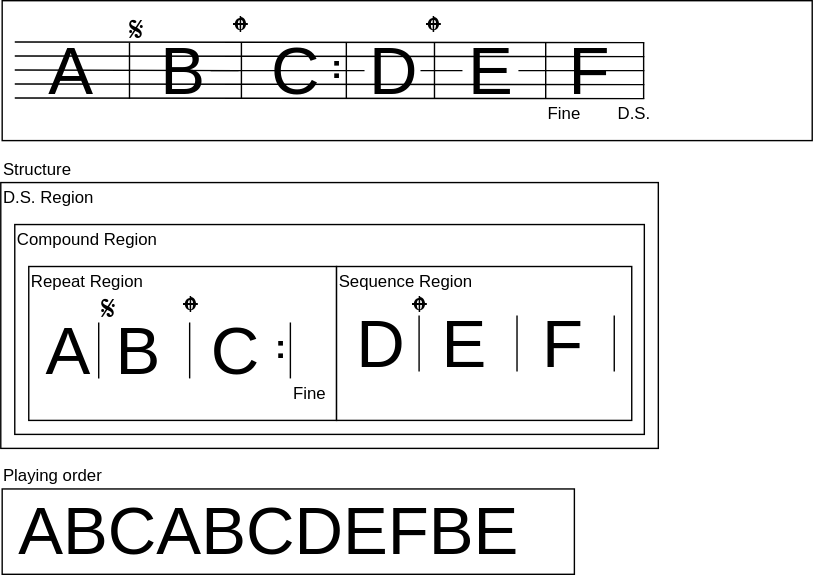
Before: docs/repeat/example09-01.drawio.svg, a diagram exported from draw.io (ruimo/klavier-core). Source tidied: cells renumbered, new cells last; positions are measured from the earlier drawing's top-left corner, leaving out a move shared by most shapes.
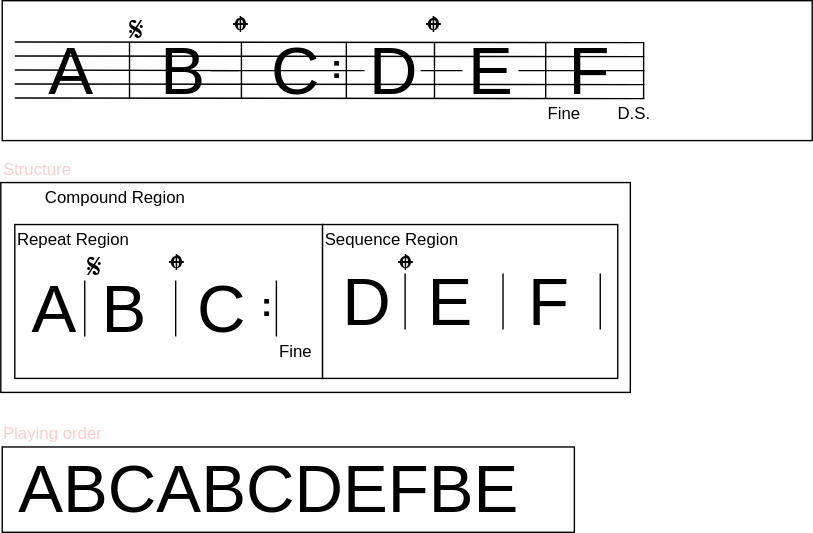
The same file after the commit.

What changed in the source:
```diff
@@ -5,9 +5,6 @@
     <mxCell id="2" style="rounded=0;whiteSpace=wrap;html=1;" parent="1" vertex="1">
       <mxGeometry x="1" width="579" height="100" as="geometry" />
     </mxCell>
-    <mxCell id="3" style="rounded=0;whiteSpace=wrap;html=1;" parent="1" vertex="1">
-      <mxGeometry y="130" width="470" height="190" as="geometry" />
-    </mxCell>
     <mxCell id="4" style="endArrow=none;html=1;" parent="1" edge="1">
       <mxGeometry relative="1" as="geometry">
         <mxPoint x="10" y="39.5" as="sourcePoint" />
@@ -43,9 +40,6 @@
     <mxCell id="10" value="&lt;font style=&quot;font-size: 48px&quot;&gt;B&lt;/font&gt;" style="text;html=1;strokeColor=none;fillColor=none;align=center;verticalAlign=middle;whiteSpace=wrap;rounded=0;" parent="1" vertex="1">
       <mxGeometry x="110" y="40" width="40" height="20" as="geometry" />
     </mxCell>
-    <mxCell id="11" value="D.S. Region" style="text;html=1;strokeColor=none;fillColor=none;align=left;verticalAlign=middle;whiteSpace=wrap;rounded=0;" parent="1" vertex="1">
-      <mxGeometry y="130" width="200" height="20" as="geometry" />
-    </mxCell>
     <mxCell id="12" value="&lt;font style=&quot;font-size: 48px&quot;&gt;C&lt;/font&gt;" style="text;html=1;strokeColor=none;fillColor=none;align=center;verticalAlign=middle;whiteSpace=wrap;rounded=0;" parent="1" vertex="1">
       <mxGeometry x="190" y="40" width="40" height="20" as="geometry" />
     </mxCell>
@@ -56,10 +50,10 @@
       </mxGeometry>
     </mxCell>
     <mxCell id="14" style="rounded=0;whiteSpace=wrap;html=1;" parent="1" vertex="1">
-      <mxGeometry x="10" y="160" width="450" height="150" as="geometry" />
+      <mxGeometry y="130" width="450" height="150" as="geometry" />
     </mxCell>
     <mxCell id="15" value="Compound Region" style="text;html=1;strokeColor=none;fillColor=none;align=left;verticalAlign=middle;whiteSpace=wrap;rounded=0;" parent="1" vertex="1">
-      <mxGeometry x="10" y="160" width="150" height="20" as="geometry" />
+      <mxGeometry x="30" y="130" width="150" height="20" as="geometry" />
     </mxCell>
     <mxCell id="16" value="&lt;font style=&quot;font-size: 48px&quot;&gt;D&lt;/font&gt;" style="text;html=1;strokeColor=none;fillColor=none;align=center;verticalAlign=middle;whiteSpace=wrap;rounded=0;" parent="1" vertex="1">
       <mxGeometry x="260" y="40" width="40" height="20" as="geometry" />
@@ -89,28 +83,28 @@
       </mxGeometry>
     </mxCell>
     <mxCell id="23" style="rounded=0;whiteSpace=wrap;html=1;" parent="1" vertex="1">
-      <mxGeometry x="20" y="190" width="220" height="110" as="geometry" />
+      <mxGeometry x="10" y="160" width="220" height="110" as="geometry" />
     </mxCell>
     <mxCell id="24" value="Repeat Region" style="text;html=1;strokeColor=none;fillColor=none;align=left;verticalAlign=middle;whiteSpace=wrap;rounded=0;" parent="1" vertex="1">
-      <mxGeometry x="20" y="190" width="105" height="20" as="geometry" />
+      <mxGeometry x="10" y="160" width="105" height="20" as="geometry" />
     </mxCell>
     <mxCell id="25" value="&lt;font style=&quot;font-size: 48px&quot;&gt;A&lt;/font&gt;" style="text;html=1;strokeColor=none;fillColor=none;align=center;verticalAlign=middle;whiteSpace=wrap;rounded=0;" parent="1" vertex="1">
-      <mxGeometry x="27.5" y="240" width="40" height="20" as="geometry" />
+      <mxGeometry x="17.5" y="210" width="40" height="20" as="geometry" />
     </mxCell>
     <mxCell id="26" value="&lt;font style=&quot;font-size: 48px&quot;&gt;B&lt;/font&gt;" style="text;html=1;strokeColor=none;fillColor=none;align=center;verticalAlign=middle;whiteSpace=wrap;rounded=0;" parent="1" vertex="1">
-      <mxGeometry x="77.5" y="240" width="40" height="20" as="geometry" />
+      <mxGeometry x="67.5" y="210" width="40" height="20" as="geometry" />
     </mxCell>
     <mxCell id="27" style="endArrow=none;html=1;" parent="1" edge="1">
       <mxGeometry relative="1" as="geometry">
-        <mxPoint x="70" y="270" as="sourcePoint" />
-        <mxPoint x="70" y="230" as="targetPoint" />
+        <mxPoint x="60" y="240" as="sourcePoint" />
+        <mxPoint x="60" y="200" as="targetPoint" />
       </mxGeometry>
     </mxCell>
     <mxCell id="28" style="rounded=0;whiteSpace=wrap;html=1;" parent="1" vertex="1">
-      <mxGeometry x="240" y="190" width="211" height="110" as="geometry" />
+      <mxGeometry x="230" y="160" width="211" height="110" as="geometry" />
     </mxCell>
     <mxCell id="29" value="Sequence Region" style="text;html=1;strokeColor=none;fillColor=none;align=left;verticalAlign=middle;whiteSpace=wrap;rounded=0;" parent="1" vertex="1">
-      <mxGeometry x="240" y="190" width="105" height="20" as="geometry" />
+      <mxGeometry x="230" y="160" width="105" height="20" as="geometry" />
     </mxCell>
     <mxCell id="30" style="endArrow=none;html=1;" parent="1" edge="1">
       <mxGeometry relative="1" as="geometry">
@@ -128,7 +122,7 @@
       </mxGeometry>
     </mxCell>
     <mxCell id="33" style="group;" parent="1" vertex="1">
-      <mxGeometry x="180" y="230" width="40" height="40" as="geometry" />
+      <mxGeometry x="170" y="200" width="40" height="40" as="geometry" />
     </mxCell>
     <mxCell id="34" style="group;" parent="33" vertex="1">
       <mxGeometry width="40" height="40" as="geometry" />
@@ -149,43 +143,43 @@
       <mxGeometry y="7" width="40" height="20" as="geometry" />
     </mxCell>
     <mxCell id="39" value="&lt;font style=&quot;font-size: 48px&quot;&gt;C&lt;/font&gt;" style="text;html=1;strokeColor=none;fillColor=none;align=center;verticalAlign=middle;whiteSpace=wrap;rounded=0;" parent="1" vertex="1">
-      <mxGeometry x="147" y="240" width="40" height="20" as="geometry" />
+      <mxGeometry x="137" y="210" width="40" height="20" as="geometry" />
     </mxCell>
     <mxCell id="40" value="D.S." style="text;html=1;strokeColor=none;fillColor=none;align=center;verticalAlign=middle;whiteSpace=wrap;rounded=0;" parent="1" vertex="1">
       <mxGeometry x="432.5" y="70" width="40" height="20" as="geometry" />
     </mxCell>
     <mxCell id="41" value="&lt;font style=&quot;font-size: 48px&quot;&gt;D&lt;/font&gt;" style="text;html=1;strokeColor=none;fillColor=none;align=center;verticalAlign=middle;whiteSpace=wrap;rounded=0;" parent="1" vertex="1">
-      <mxGeometry x="251" y="235" width="40" height="20" as="geometry" />
+      <mxGeometry x="241" y="205" width="40" height="20" as="geometry" />
     </mxCell>
     <mxCell id="42" style="endArrow=none;html=1;" parent="1" edge="1">
       <mxGeometry relative="1" as="geometry">
-        <mxPoint x="299" y="265" as="sourcePoint" />
-        <mxPoint x="299" y="225" as="targetPoint" />
+        <mxPoint x="289" y="235" as="sourcePoint" />
+        <mxPoint x="289" y="195" as="targetPoint" />
       </mxGeometry>
     </mxCell>
     <mxCell id="43" value="&lt;font style=&quot;font-size: 48px&quot;&gt;E&lt;/font&gt;" style="text;html=1;strokeColor=none;fillColor=none;align=center;verticalAlign=middle;whiteSpace=wrap;rounded=0;" parent="1" vertex="1">
-      <mxGeometry x="311" y="235" width="40" height="20" as="geometry" />
+      <mxGeometry x="301" y="205" width="40" height="20" as="geometry" />
     </mxCell>
     <mxCell id="44" style="endArrow=none;html=1;" parent="1" edge="1">
       <mxGeometry relative="1" as="geometry">
-        <mxPoint x="369" y="265" as="sourcePoint" />
-        <mxPoint x="369" y="225" as="targetPoint" />
+        <mxPoint x="359" y="235" as="sourcePoint" />
+        <mxPoint x="359" y="195" as="targetPoint" />
       </mxGeometry>
     </mxCell>
     <mxCell id="45" value="&lt;font style=&quot;font-size: 48px&quot;&gt;F&lt;/font&gt;" style="text;html=1;strokeColor=none;fillColor=none;align=center;verticalAlign=middle;whiteSpace=wrap;rounded=0;" parent="1" vertex="1">
-      <mxGeometry x="381" y="235" width="40" height="20" as="geometry" />
+      <mxGeometry x="371" y="205" width="40" height="20" as="geometry" />
     </mxCell>
     <mxCell id="46" style="endArrow=none;html=1;" parent="1" edge="1">
       <mxGeometry relative="1" as="geometry">
-        <mxPoint x="438.5" y="265" as="sourcePoint" />
-        <mxPoint x="438.5" y="225" as="targetPoint" />
+        <mxPoint x="428.5" y="235" as="sourcePoint" />
+        <mxPoint x="428.5" y="195" as="targetPoint" />
       </mxGeometry>
     </mxCell>
     <mxCell id="47" value="Fine" style="text;html=1;strokeColor=none;fillColor=none;align=center;verticalAlign=middle;whiteSpace=wrap;rounded=0;" parent="1" vertex="1">
       <mxGeometry x="382.5" y="70" width="40" height="20" as="geometry" />
     </mxCell>
     <mxCell id="48" value="Fine" style="text;html=1;strokeColor=none;fillColor=none;align=center;verticalAlign=middle;whiteSpace=wrap;rounded=0;" parent="1" vertex="1">
-      <mxGeometry x="200" y="270" width="40" height="20" as="geometry" />
+      <mxGeometry x="190" y="240" width="40" height="20" as="geometry" />
     </mxCell>
     <mxCell id="49" style="group;" parent="1" vertex="1">
       <mxGeometry x="220" y="30" width="40" height="40" as="geometry" />
@@ -209,25 +203,25 @@
       <mxGeometry x="90" y="10" width="40" height="20" as="geometry" />
     </mxCell>
     <mxCell id="54" value="&lt;font style=&quot;font-size: 24px&quot;&gt;𝄋&lt;/font&gt;" style="text;html=1;strokeColor=none;fillColor=none;align=left;verticalAlign=middle;whiteSpace=wrap;rounded=0;" parent="1" vertex="1">
-      <mxGeometry x="70" y="210" width="40" height="20" as="geometry" />
+      <mxGeometry x="60" y="180" width="40" height="20" as="geometry" />
     </mxCell>
     <mxCell id="55" style="endArrow=none;html=1;" parent="1" edge="1">
       <mxGeometry relative="1" as="geometry">
-        <mxPoint x="135" y="270" as="sourcePoint" />
-        <mxPoint x="135" y="230" as="targetPoint" />
+        <mxPoint x="125" y="240" as="sourcePoint" />
+        <mxPoint x="125" y="200" as="targetPoint" />
       </mxGeometry>
     </mxCell>
     <mxCell id="56" style="rounded=0;whiteSpace=wrap;html=1;" parent="1" vertex="1">
-      <mxGeometry x="1" y="349" width="409" height="61" as="geometry" />
+      <mxGeometry x="1" y="319" width="409" height="61" as="geometry" />
     </mxCell>
     <mxCell id="57" value="&lt;font style=&quot;font-size: 48px&quot;&gt;ABCABCDEFBE&lt;/font&gt;" style="text;html=1;strokeColor=none;fillColor=none;align=left;verticalAlign=middle;whiteSpace=wrap;rounded=0;" parent="1" vertex="1">
-      <mxGeometry x="11" y="369" width="40" height="20" as="geometry" />
+      <mxGeometry x="11" y="339" width="40" height="20" as="geometry" />
     </mxCell>
-    <mxCell id="58" value="Structure" style="text;html=1;strokeColor=none;fillColor=none;align=left;verticalAlign=middle;whiteSpace=wrap;rounded=0;" parent="1" vertex="1">
+    <mxCell id="58" value="Structure" style="text;html=1;strokeColor=none;fillColor=none;align=left;verticalAlign=middle;whiteSpace=wrap;rounded=0;fontColor=#FFCCCC;" parent="1" vertex="1">
       <mxGeometry y="110" width="140" height="20" as="geometry" />
     </mxCell>
-    <mxCell id="59" value="Playing order" style="text;html=1;strokeColor=none;fillColor=none;align=left;verticalAlign=middle;whiteSpace=wrap;rounded=0;" parent="1" vertex="1">
-      <mxGeometry y="329" width="140" height="20" as="geometry" />
+    <mxCell id="59" value="Playing order" style="text;html=1;strokeColor=none;fillColor=none;align=left;verticalAlign=middle;whiteSpace=wrap;rounded=0;fontColor=#FFCCCC;" parent="1" vertex="1">
+      <mxGeometry y="299" width="140" height="20" as="geometry" />
     </mxCell>
     <mxCell id="60" value="&lt;font style=&quot;font-size: 31px&quot;&gt;𝄌&lt;/font&gt;" style="text;html=1;strokeColor=none;fillColor=none;align=center;verticalAlign=middle;whiteSpace=wrap;rounded=0;" parent="1" vertex="1">
       <mxGeometry x="151.5" y="11" width="40" height="20" as="geometry" />
@@ -236,10 +230,10 @@
       <mxGeometry x="289.5" y="11" width="40" height="20" as="geometry" />
     </mxCell>
     <mxCell id="62" value="&lt;font style=&quot;font-size: 31px&quot;&gt;𝄌&lt;/font&gt;" style="text;html=1;strokeColor=none;fillColor=none;align=center;verticalAlign=middle;whiteSpace=wrap;rounded=0;" parent="1" vertex="1">
-      <mxGeometry x="115.5" y="211" width="40" height="20" as="geometry" />
+      <mxGeometry x="105.5" y="181" width="40" height="20" as="geometry" />
     </mxCell>
     <mxCell id="63" value="&lt;font style=&quot;font-size: 31px&quot;&gt;𝄌&lt;/font&gt;" style="text;html=1;strokeColor=none;fillColor=none;align=center;verticalAlign=middle;whiteSpace=wrap;rounded=0;" parent="1" vertex="1">
-      <mxGeometry x="279.5" y="211" width="40" height="20" as="geometry" />
+      <mxGeometry x="269.5" y="181" width="40" height="20" as="geometry" />
     </mxCell>
   </root>
 </mxGraphModel>
```
